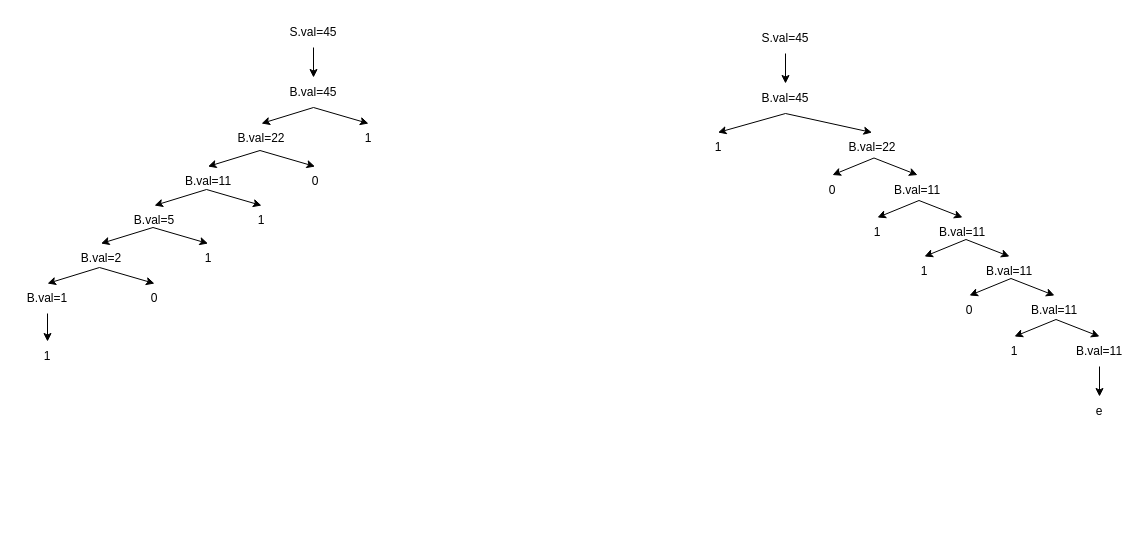
Above: 编译原理作业7.drawio in ZYNsama666/BackUp (draw.io), before the change. Source tidied: cells renumbered, new cells numbered last; positions are measured from the earlier drawing's top-left corner, leaving out a move shared by most shapes. Both pictures are drawn from the tidied source at 100%, with x=0, y=0 at pixel (17, 17).
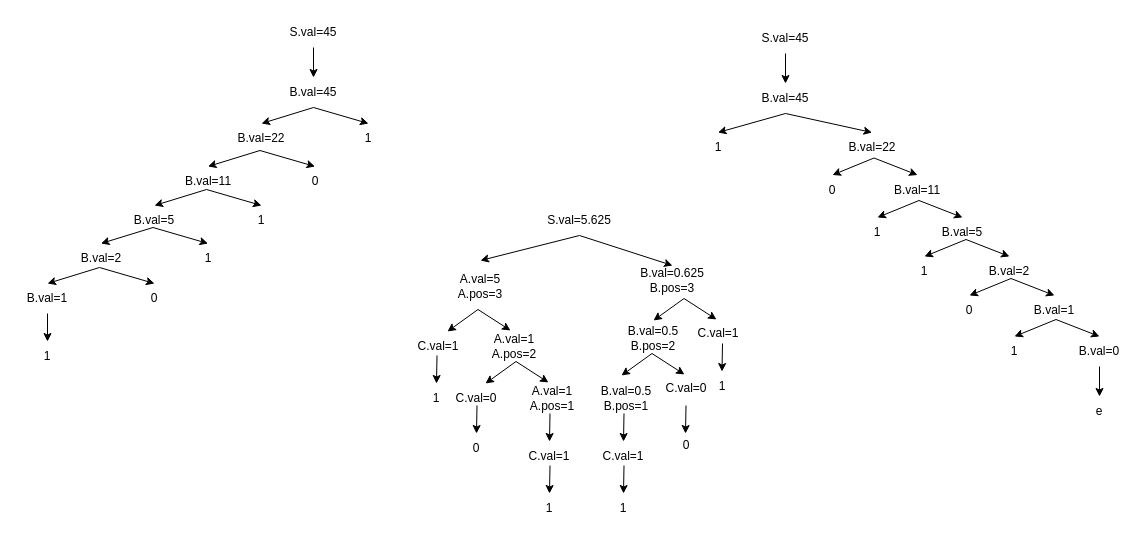
The same diagram, later.

Commit message (it also covers changes not shown here):
更新编译原理作业7.drawio

The edit, as a diff of the source:
```diff
@@
-    <mxCell id="38" value="B.val=11" style="text;html=1;strokeColor=none;fillColor=none;align=center;verticalAlign=middle;whiteSpace=wrap;rounded=0;" parent="1" vertex="1">
+    <mxCell id="38" value="B.val=5" style="text;html=1;strokeColor=none;fillColor=none;align=center;verticalAlign=middle;whiteSpace=wrap;rounded=0;" parent="1" vertex="1">
       <mxGeometry x="915" y="200" width="60" height="30" as="geometry" />
     </mxCell>
@@
-    <mxCell id="42" value="B.val=11" style="text;html=1;strokeColor=none;fillColor=none;align=center;verticalAlign=middle;whiteSpace=wrap;rounded=0;" parent="1" vertex="1">
+    <mxCell id="42" value="B.val=2" style="text;html=1;strokeColor=none;fillColor=none;align=center;verticalAlign=middle;whiteSpace=wrap;rounded=0;" parent="1" vertex="1">
       <mxGeometry x="962" y="239" width="60" height="30" as="geometry" />
     </mxCell>
@@
-    <mxCell id="46" value="B.val=11" style="text;html=1;strokeColor=none;fillColor=none;align=center;verticalAlign=middle;whiteSpace=wrap;rounded=0;" parent="1" vertex="1">
+    <mxCell id="46" value="B.val=1" style="text;html=1;strokeColor=none;fillColor=none;align=center;verticalAlign=middle;whiteSpace=wrap;rounded=0;" parent="1" vertex="1">
       <mxGeometry x="1007" y="278" width="60" height="30" as="geometry" />
     </mxCell>
@@
-    <mxCell id="51" value="B.val=11" style="text;html=1;strokeColor=none;fillColor=none;align=center;verticalAlign=middle;whiteSpace=wrap;rounded=0;" parent="1" vertex="1">
+    <mxCell id="51" value="B.val=0" style="text;html=1;strokeColor=none;fillColor=none;align=center;verticalAlign=middle;whiteSpace=wrap;rounded=0;" parent="1" vertex="1">
       <mxGeometry x="1052" y="319" width="60" height="30" as="geometry" />
     </mxCell>
@@
+    <mxCell id="56" value="S.val=5.625" style="text;html=1;strokeColor=none;fillColor=none;align=center;verticalAlign=middle;whiteSpace=wrap;rounded=0;" parent="1" vertex="1">
+      <mxGeometry x="532" y="188" width="60" height="30" as="geometry" />
+    </mxCell>
+    <mxCell id="57" style="endArrow=classic;html=1;rounded=0;exitX=0.5;exitY=1;exitDx=0;exitDy=0;entryX=0.5;entryY=0;entryDx=0;entryDy=0;" parent="1" edge="1" source="56">
+      <mxGeometry relative="1" as="geometry">
+        <mxPoint x="463" y="243" as="targetPoint" />
+      </mxGeometry>
+    </mxCell>
+    <mxCell id="58" style="endArrow=classic;html=1;rounded=0;exitX=0.5;exitY=1;exitDx=0;exitDy=0;entryX=0.5;entryY=0;entryDx=0;entryDy=0;" parent="1" edge="1" source="56" target="60">
+      <mxGeometry relative="1" as="geometry" />
+    </mxCell>
+    <mxCell id="59" value="A.val=5&lt;br&gt;A.pos=3" style="text;html=1;strokeColor=none;fillColor=none;align=center;verticalAlign=middle;whiteSpace=wrap;rounded=0;" parent="1" vertex="1">
+      <mxGeometry x="433" y="254" width="60" height="30" as="geometry" />
+    </mxCell>
+    <mxCell id="60" value="B.val=0.625&lt;br&gt;B.pos=3" style="text;html=1;strokeColor=none;fillColor=none;align=center;verticalAlign=middle;whiteSpace=wrap;rounded=0;" parent="1" vertex="1">
+      <mxGeometry x="625" y="248" width="60" height="30" as="geometry" />
+    </mxCell>
+    <mxCell id="61" style="endArrow=classic;html=1;rounded=0;exitX=0.5;exitY=1;exitDx=0;exitDy=0;" parent="1" edge="1">
+      <mxGeometry relative="1" as="geometry">
+        <mxPoint x="460.5" y="292" as="sourcePoint" />
+        <mxPoint x="430" y="314" as="targetPoint" />
+      </mxGeometry>
+    </mxCell>
+    <mxCell id="62" style="endArrow=classic;html=1;rounded=0;exitX=0.5;exitY=1;exitDx=0;exitDy=0;" parent="1" edge="1">
+      <mxGeometry relative="1" as="geometry">
+        <mxPoint x="460.5" y="292" as="sourcePoint" />
+        <mxPoint x="493" y="313" as="targetPoint" />
+      </mxGeometry>
+    </mxCell>
+    <mxCell id="63" value="C.val=1" style="text;html=1;strokeColor=none;fillColor=none;align=center;verticalAlign=middle;whiteSpace=wrap;rounded=0;" parent="1" vertex="1">
+      <mxGeometry x="391" y="314" width="60" height="30" as="geometry" />
+    </mxCell>
+    <mxCell id="64" value="A.val=1&lt;br&gt;A.pos=2" style="text;html=1;strokeColor=none;fillColor=none;align=center;verticalAlign=middle;whiteSpace=wrap;rounded=0;" parent="1" vertex="1">
+      <mxGeometry x="467" y="314" width="60" height="30" as="geometry" />
+    </mxCell>
+    <mxCell id="65" style="endArrow=classic;html=1;rounded=0;exitX=0.5;exitY=1;exitDx=0;exitDy=0;" parent="1" edge="1">
+      <mxGeometry relative="1" as="geometry">
+        <mxPoint x="498.5" y="344" as="sourcePoint" />
+        <mxPoint x="468" y="366" as="targetPoint" />
+      </mxGeometry>
+    </mxCell>
+    <mxCell id="66" style="endArrow=classic;html=1;rounded=0;exitX=0.5;exitY=1;exitDx=0;exitDy=0;" parent="1" edge="1">
+      <mxGeometry relative="1" as="geometry">
+        <mxPoint x="498.5" y="344" as="sourcePoint" />
+        <mxPoint x="531" y="365" as="targetPoint" />
+      </mxGeometry>
+    </mxCell>
+    <mxCell id="67" value="C.val=0" style="text;html=1;strokeColor=none;fillColor=none;align=center;verticalAlign=middle;whiteSpace=wrap;rounded=0;" parent="1" vertex="1">
+      <mxGeometry x="429" y="366" width="60" height="30" as="geometry" />
+    </mxCell>
+    <mxCell id="68" value="A.val=1&lt;br&gt;A.pos=1" style="text;html=1;strokeColor=none;fillColor=none;align=center;verticalAlign=middle;whiteSpace=wrap;rounded=0;" parent="1" vertex="1">
+      <mxGeometry x="505" y="366" width="60" height="30" as="geometry" />
+    </mxCell>
+    <mxCell id="69" style="endArrow=classic;html=1;rounded=0;exitX=0.5;exitY=1;exitDx=0;exitDy=0;entryX=0.5;entryY=0;entryDx=0;entryDy=0;" parent="1" edge="1" target="70">
+      <mxGeometry relative="1" as="geometry">
+        <mxPoint x="532.5" y="396" as="sourcePoint" />
+      </mxGeometry>
+    </mxCell>
+    <mxCell id="70" value="C.val=1" style="text;html=1;strokeColor=none;fillColor=none;align=center;verticalAlign=middle;whiteSpace=wrap;rounded=0;" parent="1" vertex="1">
+      <mxGeometry x="502" y="424" width="60" height="30" as="geometry" />
+    </mxCell>
+    <mxCell id="71" style="endArrow=classic;html=1;rounded=0;exitX=0.5;exitY=1;exitDx=0;exitDy=0;entryX=0.5;entryY=0;entryDx=0;entryDy=0;" parent="1" edge="1" target="72">
+      <mxGeometry relative="1" as="geometry">
+        <mxPoint x="532.5" y="448" as="sourcePoint" />
+      </mxGeometry>
+    </mxCell>
+    <mxCell id="72" value="1" style="text;html=1;strokeColor=none;fillColor=none;align=center;verticalAlign=middle;whiteSpace=wrap;rounded=0;" parent="1" vertex="1">
+      <mxGeometry x="502" y="476" width="60" height="30" as="geometry" />
+    </mxCell>
+    <mxCell id="73" style="endArrow=classic;html=1;rounded=0;exitX=0.5;exitY=1;exitDx=0;exitDy=0;entryX=0.5;entryY=0;entryDx=0;entryDy=0;" parent="1" edge="1" target="74">
+      <mxGeometry relative="1" as="geometry">
+        <mxPoint x="459.5" y="388" as="sourcePoint" />
+      </mxGeometry>
+    </mxCell>
+    <mxCell id="74" value="0" style="text;html=1;strokeColor=none;fillColor=none;align=center;verticalAlign=middle;whiteSpace=wrap;rounded=0;" parent="1" vertex="1">
+      <mxGeometry x="429" y="416" width="60" height="30" as="geometry" />
+    </mxCell>
+    <mxCell id="75" style="endArrow=classic;html=1;rounded=0;exitX=0.5;exitY=1;exitDx=0;exitDy=0;" parent="1" edge="1">
+      <mxGeometry relative="1" as="geometry">
+        <mxPoint x="419.5" y="338" as="sourcePoint" />
+        <mxPoint x="419" y="366" as="targetPoint" />
+      </mxGeometry>
+    </mxCell>
+    <mxCell id="76" value="1" style="text;html=1;strokeColor=none;fillColor=none;align=center;verticalAlign=middle;whiteSpace=wrap;rounded=0;" parent="1" vertex="1">
+      <mxGeometry x="389" y="366" width="60" height="30" as="geometry" />
+    </mxCell>
+    <mxCell id="77" style="endArrow=classic;html=1;rounded=0;exitX=0.5;exitY=1;exitDx=0;exitDy=0;" parent="1" edge="1">
+      <mxGeometry relative="1" as="geometry">
+        <mxPoint x="666.5" y="281" as="sourcePoint" />
+        <mxPoint x="636" y="303" as="targetPoint" />
+      </mxGeometry>
+    </mxCell>
+    <mxCell id="78" style="endArrow=classic;html=1;rounded=0;exitX=0.5;exitY=1;exitDx=0;exitDy=0;" parent="1" edge="1">
+      <mxGeometry relative="1" as="geometry">
+        <mxPoint x="666.5" y="281" as="sourcePoint" />
+        <mxPoint x="699" y="302" as="targetPoint" />
+      </mxGeometry>
+    </mxCell>
+    <mxCell id="79" value="C.val=1" style="text;html=1;strokeColor=none;fillColor=none;align=center;verticalAlign=middle;whiteSpace=wrap;rounded=0;" parent="1" vertex="1">
+      <mxGeometry x="671" y="301" width="60" height="30" as="geometry" />
+    </mxCell>
+    <mxCell id="80" value="B.val=0.5&lt;br&gt;B.pos=2" style="text;html=1;strokeColor=none;fillColor=none;align=center;verticalAlign=middle;whiteSpace=wrap;rounded=0;" parent="1" vertex="1">
+      <mxGeometry x="606" y="306" width="60" height="30" as="geometry" />
+    </mxCell>
+    <mxCell id="81" style="endArrow=classic;html=1;rounded=0;exitX=0.5;exitY=1;exitDx=0;exitDy=0;" parent="1" edge="1">
+      <mxGeometry relative="1" as="geometry">
+        <mxPoint x="634.5" y="336" as="sourcePoint" />
+        <mxPoint x="604" y="358" as="targetPoint" />
+      </mxGeometry>
+    </mxCell>
+    <mxCell id="82" style="endArrow=classic;html=1;rounded=0;exitX=0.5;exitY=1;exitDx=0;exitDy=0;" parent="1" edge="1">
+      <mxGeometry relative="1" as="geometry">
+        <mxPoint x="634.5" y="336" as="sourcePoint" />
+        <mxPoint x="667" y="357" as="targetPoint" />
+      </mxGeometry>
+    </mxCell>
+    <mxCell id="83" value="C.val=0" style="text;html=1;strokeColor=none;fillColor=none;align=center;verticalAlign=middle;whiteSpace=wrap;rounded=0;" parent="1" vertex="1">
+      <mxGeometry x="639" y="356" width="60" height="30" as="geometry" />
+    </mxCell>
+    <mxCell id="84" style="endArrow=classic;html=1;rounded=0;exitX=0.5;exitY=1;exitDx=0;exitDy=0;entryX=0.5;entryY=0;entryDx=0;entryDy=0;" parent="1" edge="1">
+      <mxGeometry relative="1" as="geometry">
+        <mxPoint x="668.5" y="388" as="sourcePoint" />
+        <mxPoint x="668" y="416" as="targetPoint" />
+      </mxGeometry>
+    </mxCell>
+    <mxCell id="85" value="B.val=0.5&lt;br&gt;B.pos=1" style="text;html=1;strokeColor=none;fillColor=none;align=center;verticalAlign=middle;whiteSpace=wrap;rounded=0;" parent="1" vertex="1">
+      <mxGeometry x="579" y="366" width="60" height="30" as="geometry" />
+    </mxCell>
+    <mxCell id="86" style="endArrow=classic;html=1;rounded=0;exitX=0.5;exitY=1;exitDx=0;exitDy=0;" parent="1" edge="1">
+      <mxGeometry relative="1" as="geometry">
+        <mxPoint x="705" y="326" as="sourcePoint" />
+        <mxPoint x="704.5" y="354" as="targetPoint" />
+      </mxGeometry>
+    </mxCell>
+    <mxCell id="87" value="1" style="text;html=1;strokeColor=none;fillColor=none;align=center;verticalAlign=middle;whiteSpace=wrap;rounded=0;" parent="1" vertex="1">
+      <mxGeometry x="674.5" y="354" width="60" height="30" as="geometry" />
+    </mxCell>
+    <mxCell id="88" value="0" style="text;html=1;strokeColor=none;fillColor=none;align=center;verticalAlign=middle;whiteSpace=wrap;rounded=0;" parent="1" vertex="1">
+      <mxGeometry x="639" y="413" width="60" height="30" as="geometry" />
+    </mxCell>
+    <mxCell id="89" style="endArrow=classic;html=1;rounded=0;exitX=0.5;exitY=1;exitDx=0;exitDy=0;entryX=0.5;entryY=0;entryDx=0;entryDy=0;" parent="1" edge="1" target="90">
+      <mxGeometry relative="1" as="geometry">
+        <mxPoint x="606.5" y="396" as="sourcePoint" />
+      </mxGeometry>
+    </mxCell>
+    <mxCell id="90" value="C.val=1" style="text;html=1;strokeColor=none;fillColor=none;align=center;verticalAlign=middle;whiteSpace=wrap;rounded=0;" parent="1" vertex="1">
+      <mxGeometry x="576" y="424" width="60" height="30" as="geometry" />
+    </mxCell>
+    <mxCell id="91" style="endArrow=classic;html=1;rounded=0;exitX=0.5;exitY=1;exitDx=0;exitDy=0;entryX=0.5;entryY=0;entryDx=0;entryDy=0;" parent="1" edge="1" target="92">
+      <mxGeometry relative="1" as="geometry">
+        <mxPoint x="606.5" y="448" as="sourcePoint" />
+      </mxGeometry>
+    </mxCell>
+    <mxCell id="92" value="1" style="text;html=1;strokeColor=none;fillColor=none;align=center;verticalAlign=middle;whiteSpace=wrap;rounded=0;" parent="1" vertex="1">
+      <mxGeometry x="576" y="476" width="60" height="30" as="geometry" />
+    </mxCell>
```
